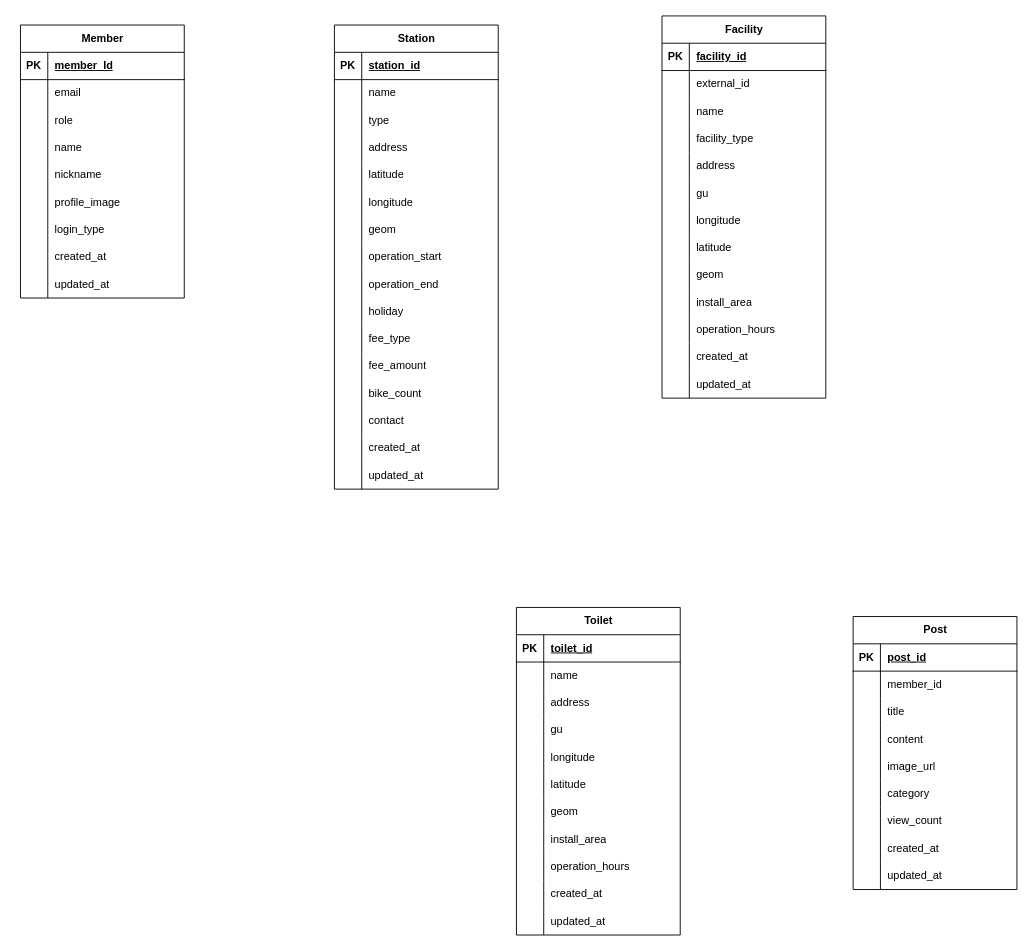
2025-All4Land-RideOn/ERD keeps this draw.io diagram as SessakBoriERD.drawio. Above is the earlier version. Source tidied: cells renumbered, new cells numbered last; positions are measured from the earlier drawing's top-left corner, leaving out a move shared by most shapes. Both pictures are drawn from the tidied source at 91%, with x=0, y=0 at pixel (20, 15).
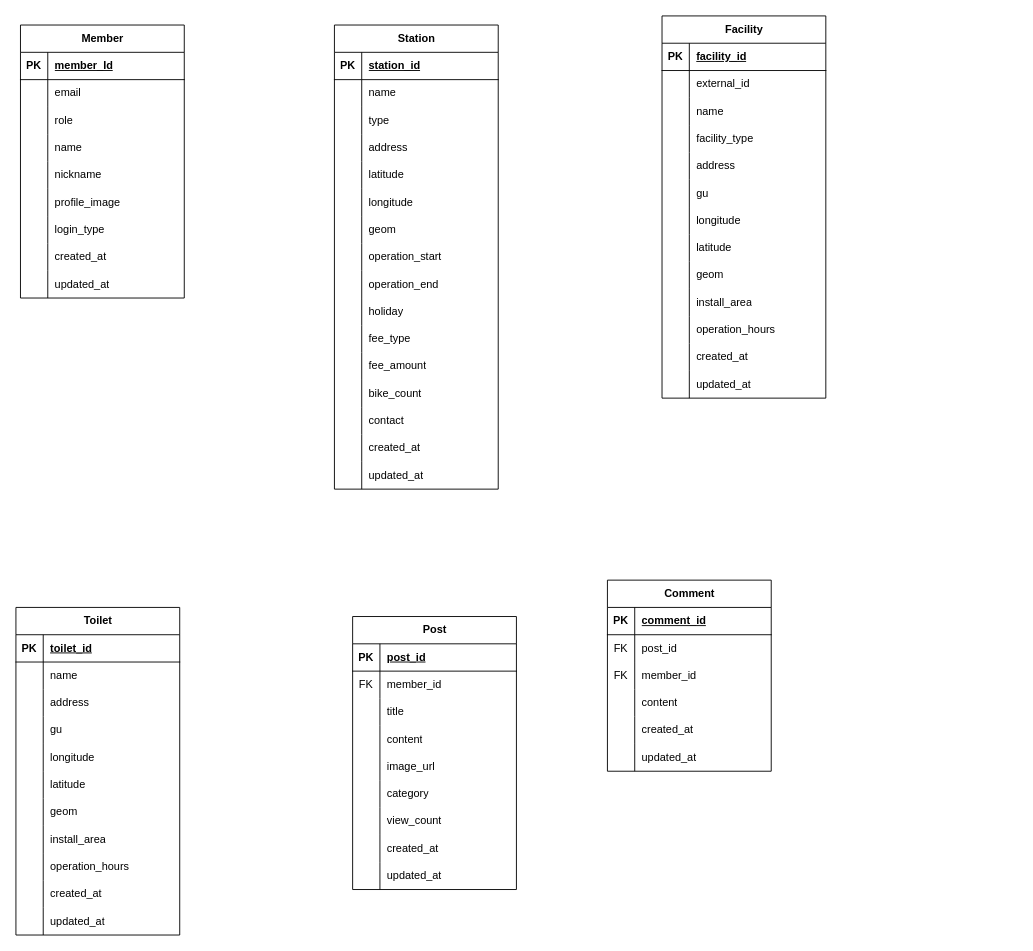
The same page after the edit.

Commit message:
docs: 댓글(Comment) 테이블 설계

Unchanged cells that the change refers to:
```xml
<mxCell id="157" style="shape=tableRow;horizontal=0;startSize=0;swimlaneHead=0;swimlaneBody=0;fillColor=none;top=0;left=0;right=0;bottom=0;" parent="153" vertex="1">
  <mxGeometry y="60" width="180" height="30" as="geometry" />
</mxCell>
```

Diff of the diagram source:
```diff
@@
     <mxCell id="119" value="Toilet" style="shape=table;startSize=30;childLayout=tableLayout;rowLines=0;fontStyle=1;align=center;html=1;" parent="1" vertex="1">
-      <mxGeometry x="545" y="650" width="180" height="360" as="geometry" />
+      <mxGeometry x="-5" y="650" width="180" height="360" as="geometry" />
     </mxCell>
@@
     <mxCell id="153" value="Post" style="shape=table;startSize=30;childLayout=tableLayout;rowLines=0;fontStyle=1;align=center;html=1;" parent="1" vertex="1">
-      <mxGeometry x="915" y="660" width="180" height="300" as="geometry" />
+      <mxGeometry x="365" y="660" width="180" height="300" as="geometry" />
     </mxCell>
@@
-    <mxCell id="158" style="shape=partialRectangle;fillColor=none;top=0;left=0;bottom=0;right=0;overflow=hidden;whiteSpace=wrap;html=1;" parent="157" vertex="1">
+    <mxCell id="158" value="FK" style="shape=partialRectangle;fillColor=none;top=0;left=0;bottom=0;right=0;overflow=hidden;whiteSpace=wrap;html=1;" parent="157" vertex="1">
       <mxGeometry width="30" height="30" as="geometry" />
     </mxCell>
@@
+    <mxCell id="181" value="Comment" style="shape=table;startSize=30;childLayout=tableLayout;rowLines=0;fontStyle=1;align=center;html=1;" parent="1" vertex="1">
+      <mxGeometry x="645" y="620" width="180" height="210" as="geometry" />
+    </mxCell>
+    <mxCell id="182" style="shape=tableRow;horizontal=0;startSize=0;swimlaneHead=0;swimlaneBody=0;fillColor=none;top=0;left=0;right=0;bottom=1;" parent="181" vertex="1">
+      <mxGeometry y="30" width="180" height="30" as="geometry" />
+    </mxCell>
+    <mxCell id="183" value="PK" style="shape=partialRectangle;fillColor=none;top=0;left=0;bottom=0;right=0;fontStyle=1;overflow=hidden;whiteSpace=wrap;html=1;" parent="182" vertex="1">
+      <mxGeometry width="30" height="30" as="geometry" />
+    </mxCell>
+    <mxCell id="184" value="comment_id" style="shape=partialRectangle;fillColor=none;top=0;left=0;bottom=0;right=0;align=left;spacingLeft=6;fontStyle=5;overflow=hidden;whiteSpace=wrap;html=1;" parent="182" vertex="1">
+      <mxGeometry x="30" width="150" height="30" as="geometry" />
+    </mxCell>
+    <mxCell id="185" style="shape=tableRow;horizontal=0;startSize=0;swimlaneHead=0;swimlaneBody=0;fillColor=none;top=0;left=0;right=0;bottom=0;" parent="181" vertex="1">
+      <mxGeometry y="60" width="180" height="30" as="geometry" />
+    </mxCell>
+    <mxCell id="186" value="FK" style="shape=partialRectangle;fillColor=none;top=0;left=0;bottom=0;right=0;overflow=hidden;whiteSpace=wrap;html=1;" parent="185" vertex="1">
+      <mxGeometry width="30" height="30" as="geometry" />
+    </mxCell>
+    <mxCell id="187" value="post_id" style="shape=partialRectangle;fillColor=none;top=0;left=0;bottom=0;right=0;align=left;spacingLeft=6;overflow=hidden;whiteSpace=wrap;html=1;" parent="185" vertex="1">
+      <mxGeometry x="30" width="150" height="30" as="geometry" />
+    </mxCell>
+    <mxCell id="188" style="shape=tableRow;horizontal=0;startSize=0;swimlaneHead=0;swimlaneBody=0;fillColor=none;top=0;left=0;right=0;bottom=0;" parent="181" vertex="1">
+      <mxGeometry y="90" width="180" height="30" as="geometry" />
+    </mxCell>
+    <mxCell id="189" value="FK" style="shape=partialRectangle;fillColor=none;top=0;left=0;bottom=0;right=0;overflow=hidden;whiteSpace=wrap;html=1;" parent="188" vertex="1">
+      <mxGeometry width="30" height="30" as="geometry" />
+    </mxCell>
+    <mxCell id="190" value="member_id" style="shape=partialRectangle;fillColor=none;top=0;left=0;bottom=0;right=0;align=left;spacingLeft=6;overflow=hidden;whiteSpace=wrap;html=1;" parent="188" vertex="1">
+      <mxGeometry x="30" width="150" height="30" as="geometry" />
+    </mxCell>
+    <mxCell id="191" style="shape=tableRow;horizontal=0;startSize=0;swimlaneHead=0;swimlaneBody=0;fillColor=none;top=0;left=0;right=0;bottom=0;" parent="181" vertex="1">
+      <mxGeometry y="120" width="180" height="30" as="geometry" />
+    </mxCell>
+    <mxCell id="192" style="shape=partialRectangle;fillColor=none;top=0;left=0;bottom=0;right=0;overflow=hidden;whiteSpace=wrap;html=1;" parent="191" vertex="1">
+      <mxGeometry width="30" height="30" as="geometry" />
+    </mxCell>
+    <mxCell id="193" value="content" style="shape=partialRectangle;fillColor=none;top=0;left=0;bottom=0;right=0;align=left;spacingLeft=6;overflow=hidden;whiteSpace=wrap;html=1;" parent="191" vertex="1">
+      <mxGeometry x="30" width="150" height="30" as="geometry" />
+    </mxCell>
+    <mxCell id="194" style="shape=tableRow;horizontal=0;startSize=0;swimlaneHead=0;swimlaneBody=0;fillColor=none;top=0;left=0;right=0;bottom=0;" parent="181" vertex="1">
+      <mxGeometry y="150" width="180" height="30" as="geometry" />
+    </mxCell>
+    <mxCell id="195" style="shape=partialRectangle;fillColor=none;top=0;left=0;bottom=0;right=0;overflow=hidden;whiteSpace=wrap;html=1;" parent="194" vertex="1">
+      <mxGeometry width="30" height="30" as="geometry" />
+    </mxCell>
+    <mxCell id="196" value="created_at" style="shape=partialRectangle;fillColor=none;top=0;left=0;bottom=0;right=0;align=left;spacingLeft=6;overflow=hidden;whiteSpace=wrap;html=1;" parent="194" vertex="1">
+      <mxGeometry x="30" width="150" height="30" as="geometry" />
+    </mxCell>
+    <mxCell id="197" style="shape=tableRow;horizontal=0;startSize=0;swimlaneHead=0;swimlaneBody=0;fillColor=none;top=0;left=0;right=0;bottom=0;" parent="181" vertex="1">
+      <mxGeometry y="180" width="180" height="30" as="geometry" />
+    </mxCell>
+    <mxCell id="198" style="shape=partialRectangle;fillColor=none;top=0;left=0;bottom=0;right=0;overflow=hidden;whiteSpace=wrap;html=1;" parent="197" vertex="1">
+      <mxGeometry width="30" height="30" as="geometry" />
+    </mxCell>
+    <mxCell id="199" value="updated_at" style="shape=partialRectangle;fillColor=none;top=0;left=0;bottom=0;right=0;align=left;spacingLeft=6;overflow=hidden;whiteSpace=wrap;html=1;" parent="197" vertex="1">
+      <mxGeometry x="30" width="150" height="30" as="geometry" />
+    </mxCell>
```
